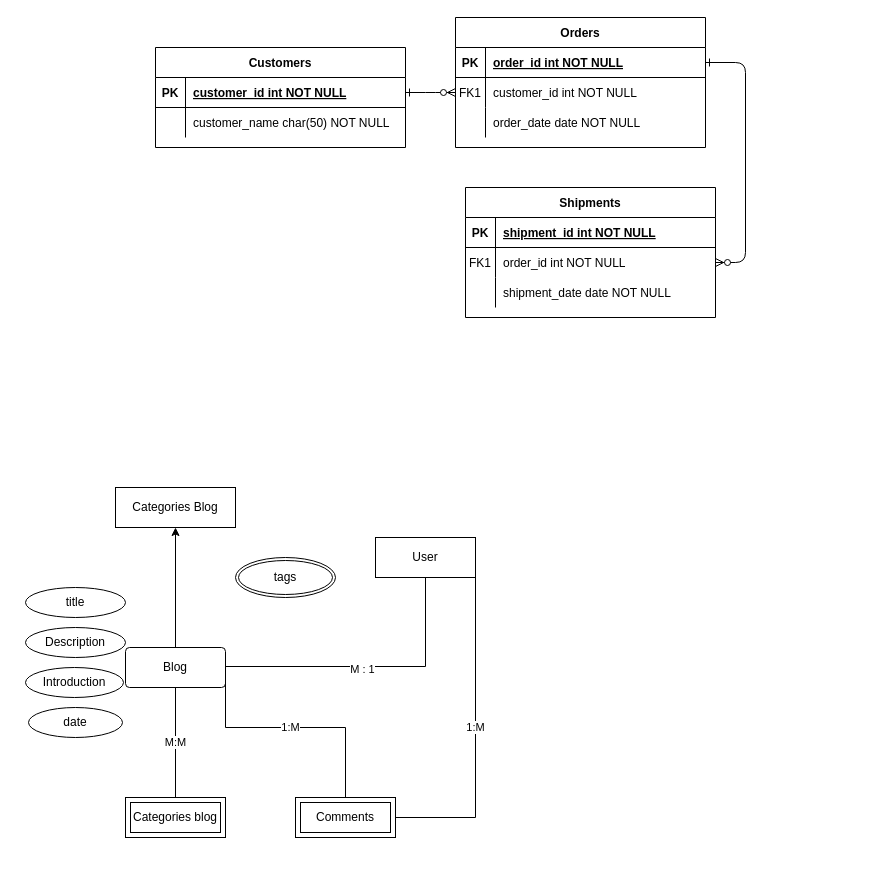
Earlier version of the draw.io diagram ER_dynamization.drawio (richruizv/platzi_master_startup). Source tidied: cells renumbered, new cells numbered last; positions are measured from the earlier drawing's top-left corner, leaving out a move shared by most shapes. Both pictures are drawn from the tidied source at 100%, with x=0, y=0 at pixel (25, 17).
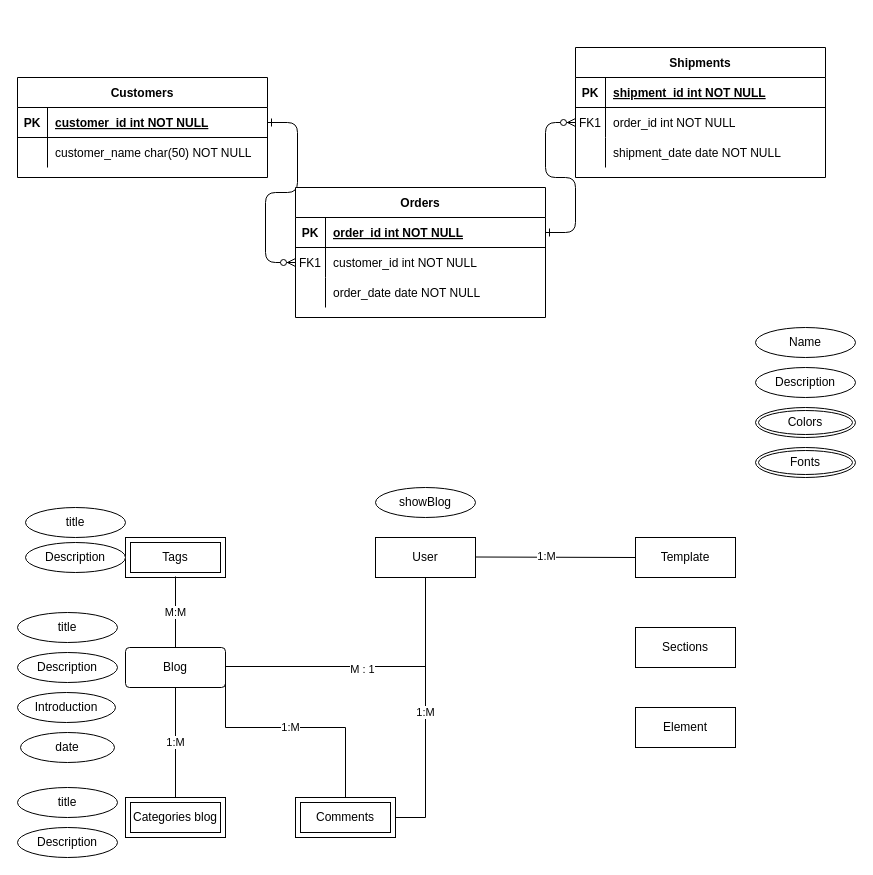
The same page after the edit.

Unchanged cells that the change refers to:
```xml
<mxCell id="8" style="shape=partialRectangle;fillColor=none;points=[[0,0.5],[1,0.5]];portConstraint=eastwest;top=0;left=0;right=0;bottom=0;" parent="4" vertex="1">
  <mxGeometry y="60" width="250" height="30" as="geometry" />
</mxCell>
<mxCell id="25" style="shape=partialRectangle;fillColor=none;points=[[0,0.5],[1,0.5]];portConstraint=eastwest;top=0;left=0;right=0;bottom=1;" parent="24" vertex="1">
  <mxGeometry y="30" width="250" height="30" as="geometry" />
</mxCell>
<mxCell id="32" value="Blog" style="rounded=1;arcSize=10;whiteSpace=wrap;html=1;align=center;" parent="1" vertex="1">
  <mxGeometry x="100" y="630" width="100" height="40" as="geometry" />
</mxCell>
<mxCell id="36" value="User" style="whiteSpace=wrap;html=1;align=center;" parent="1" vertex="1">
  <mxGeometry x="350" y="520" width="100" height="40" as="geometry" />
</mxCell>
<mxCell id="38" value="Comments" style="shape=ext;margin=3;double=1;whiteSpace=wrap;html=1;align=center;" parent="1" vertex="1">
  <mxGeometry x="270" y="780" width="100" height="40" as="geometry" />
</mxCell>
<mxCell id="43" value="Categories blog" style="shape=ext;margin=3;double=1;whiteSpace=wrap;html=1;align=center;" parent="1" vertex="1">
  <mxGeometry x="100" y="780" width="100" height="40" as="geometry" />
</mxCell>
```

Change to the diagram source:
```diff
@@
-    <mxCell id="2" style="edgeStyle=entityRelationEdgeStyle;endArrow=ERzeroToMany;startArrow=ERone;endFill=1;startFill=0;" parent="1" edge="1" source="25" target="8">
+    <mxCell id="2" style="edgeStyle=entityRelationEdgeStyle;endArrow=ERzeroToMany;startArrow=ERone;endFill=1;startFill=0;entryX=0;entryY=0.5;entryDx=0;entryDy=0;exitX=1;exitY=0.5;exitDx=0;exitDy=0;" parent="1" edge="1" source="25" target="8">
       <mxGeometry relative="1" as="geometry" />
     </mxCell>
@@
     <mxCell id="4" value="Orders" style="shape=table;startSize=30;childLayout=tableLayout;rowLines=0;fontStyle=1;align=center;" parent="1" vertex="1">
-      <mxGeometry x="430" width="250" height="130" as="geometry" />
+      <mxGeometry x="270" y="170" width="250" height="130" as="geometry" />
     </mxCell>
@@
     <mxCell id="14" value="Shipments" style="shape=table;startSize=30;childLayout=tableLayout;rowLines=0;fontStyle=1;align=center;" parent="1" vertex="1">
-      <mxGeometry x="440" y="170" width="250" height="130" as="geometry" />
+      <mxGeometry x="550" y="30" width="250" height="130" as="geometry" />
     </mxCell>
@@
     <mxCell id="24" value="Customers" style="shape=table;startSize=30;childLayout=tableLayout;rowLines=0;fontStyle=1;align=center;" parent="1" vertex="1">
-      <mxGeometry x="130" y="30" width="250" height="100" as="geometry" />
+      <mxGeometry x="-8" y="60" width="250" height="100" as="geometry" />
     </mxCell>
@@
-    <mxCell id="31" style="edgeStyle=orthogonalEdgeStyle;rounded=0;jettySize=auto;html=1;exitX=0.5;exitY=0;exitDx=0;exitDy=0;entryX=0.5;entryY=1;entryDx=0;entryDy=0;" parent="1" edge="1" source="32" target="37">
-      <mxGeometry relative="1" as="geometry" />
-    </mxCell>
@@
     <mxCell id="33" value="title" style="ellipse;whiteSpace=wrap;html=1;align=center;" parent="1" vertex="1">
-      <mxGeometry y="570" width="100" height="30" as="geometry" />
+      <mxGeometry x="-8" y="595" width="100" height="30" as="geometry" />
     </mxCell>
     <mxCell id="34" value="Description" style="ellipse;whiteSpace=wrap;html=1;align=center;" parent="1" vertex="1">
-      <mxGeometry y="610" width="100" height="30" as="geometry" />
+      <mxGeometry x="-8" y="635" width="100" height="30" as="geometry" />
     </mxCell>
     <mxCell id="35" value="Introduction" style="ellipse;whiteSpace=wrap;html=1;align=center;" parent="1" vertex="1">
-      <mxGeometry y="650" width="98" height="30" as="geometry" />
+      <mxGeometry x="-8" y="675" width="98" height="30" as="geometry" />
     </mxCell>
@@
-    <mxCell id="37" value="Categories Blog" style="whiteSpace=wrap;html=1;align=center;" parent="1" vertex="1">
-      <mxGeometry x="90" y="470" width="120" height="40" as="geometry" />
-    </mxCell>
@@
     <mxCell id="39" value="date" style="ellipse;whiteSpace=wrap;html=1;align=center;" parent="1" vertex="1">
-      <mxGeometry x="3" y="690" width="94" height="30" as="geometry" />
+      <mxGeometry x="-5" y="715" width="94" height="30" as="geometry" />
     </mxCell>
-    <mxCell id="40" value="tags" style="ellipse;shape=doubleEllipse;margin=3;whiteSpace=wrap;html=1;align=center;" parent="1" vertex="1">
-      <mxGeometry x="210" y="540" width="100" height="40" as="geometry" />
-    </mxCell>
@@
-    <mxCell id="44" value="M:M" style="endArrow=none;html=1;rounded=0;exitX=0.5;exitY=0;exitDx=0;exitDy=0;entryX=0.5;entryY=1;entryDx=0;entryDy=0;" parent="1" edge="1" source="43" target="32">
+    <mxCell id="44" value="1:M" style="endArrow=none;html=1;rounded=0;exitX=0.5;exitY=0;exitDx=0;exitDy=0;entryX=0.5;entryY=1;entryDx=0;entryDy=0;" parent="1" edge="1" source="43" target="32">
       <mxGeometry relative="1" as="geometry" />
     </mxCell>
-    <mxCell id="45" value="1:M" style="endArrow=none;html=1;rounded=0;exitX=1;exitY=0.5;exitDx=0;exitDy=0;entryX=1;entryY=0.5;entryDx=0;entryDy=0;" parent="1" edge="1" source="36" target="38">
+    <mxCell id="45" value="1:M" style="endArrow=none;html=1;rounded=0;entryX=1;entryY=0.5;entryDx=0;entryDy=0;" parent="1" edge="1" target="38">
       <mxGeometry relative="1" as="geometry">
+        <mxPoint x="400" y="560" as="sourcePoint" />
         <Array as="points">
-          <mxPoint x="450" y="800" />
+          <mxPoint x="400" y="800" />
         </Array>
       </mxGeometry>
     </mxCell>
@@
+    <mxCell id="47" value="Template" style="whiteSpace=wrap;html=1;align=center;" parent="1" vertex="1">
+      <mxGeometry x="610" y="520" width="100" height="40" as="geometry" />
+    </mxCell>
+    <mxCell id="48" style="endArrow=none;html=1;rounded=0;entryX=0;entryY=0.5;entryDx=0;entryDy=0;" parent="1" edge="1" target="47">
+      <mxGeometry relative="1" as="geometry">
+        <mxPoint x="450" y="539.5" as="sourcePoint" />
+      </mxGeometry>
+    </mxCell>
+    <mxCell id="49" value="1:M" style="edgeLabel;html=1;align=center;verticalAlign=middle;" parent="48" vertex="1">
+      <mxGeometry x="-0.12" y="1" relative="1" as="geometry" />
+    </mxCell>
+    <mxCell id="50" value="Name" style="ellipse;whiteSpace=wrap;html=1;align=center;" parent="1" vertex="1">
+      <mxGeometry x="730" y="310" width="100" height="30" as="geometry" />
+    </mxCell>
+    <mxCell id="51" value="Description" style="ellipse;whiteSpace=wrap;html=1;align=center;" parent="1" vertex="1">
+      <mxGeometry x="730" y="350" width="100" height="30" as="geometry" />
+    </mxCell>
+    <mxCell id="52" value="showBlog" style="ellipse;whiteSpace=wrap;html=1;align=center;" parent="1" vertex="1">
+      <mxGeometry x="350" y="470" width="100" height="30" as="geometry" />
+    </mxCell>
+    <mxCell id="53" value="Tags" style="shape=ext;margin=3;double=1;whiteSpace=wrap;html=1;align=center;" parent="1" vertex="1">
+      <mxGeometry x="100" y="520" width="100" height="40" as="geometry" />
+    </mxCell>
+    <mxCell id="54" value="M:M" style="endArrow=none;html=1;rounded=0;entryX=0.5;entryY=0;entryDx=0;entryDy=0;" parent="1" edge="1" target="32">
+      <mxGeometry relative="1" as="geometry">
+        <mxPoint x="150" y="559" as="sourcePoint" />
+      </mxGeometry>
+    </mxCell>
+    <mxCell id="55" value="title" style="ellipse;whiteSpace=wrap;html=1;align=center;" parent="1" vertex="1">
+      <mxGeometry y="490" width="100" height="30" as="geometry" />
+    </mxCell>
+    <mxCell id="56" value="Description" style="ellipse;whiteSpace=wrap;html=1;align=center;" parent="1" vertex="1">
+      <mxGeometry y="525" width="100" height="30" as="geometry" />
+    </mxCell>
+    <mxCell id="57" value="title" style="ellipse;whiteSpace=wrap;html=1;align=center;" parent="1" vertex="1">
+      <mxGeometry x="-8" y="770" width="100" height="30" as="geometry" />
+    </mxCell>
+    <mxCell id="58" value="Description" style="ellipse;whiteSpace=wrap;html=1;align=center;" parent="1" vertex="1">
+      <mxGeometry x="-8" y="810" width="100" height="30" as="geometry" />
+    </mxCell>
+    <mxCell id="59" value="Sections" style="whiteSpace=wrap;html=1;align=center;" parent="1" vertex="1">
+      <mxGeometry x="610" y="610" width="100" height="40" as="geometry" />
+    </mxCell>
+    <mxCell id="60" value="Element" style="whiteSpace=wrap;html=1;align=center;" parent="1" vertex="1">
+      <mxGeometry x="610" y="690" width="100" height="40" as="geometry" />
+    </mxCell>
+    <mxCell id="61" value="Colors" style="ellipse;shape=doubleEllipse;margin=3;whiteSpace=wrap;html=1;align=center;" parent="1" vertex="1">
+      <mxGeometry x="730" y="390" width="100" height="30" as="geometry" />
+    </mxCell>
+    <mxCell id="62" value="Fonts" style="ellipse;shape=doubleEllipse;margin=3;whiteSpace=wrap;html=1;align=center;" parent="1" vertex="1">
+      <mxGeometry x="730" y="430" width="100" height="30" as="geometry" />
+    </mxCell>
```
